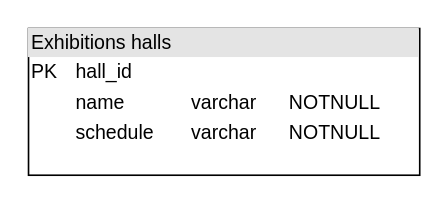
polyymorr/art-museum keeps this draw.io diagram as Art_museum_Morozova_Kakoulina_Vokina.drawio. Above is the earlier version. Source tidied: cells renumbered, new cells numbered last; positions are measured from the earlier drawing's top-left corner, leaving out a move shared by most shapes. Both pictures are drawn from the tidied source at 163%, with x=0, y=0 at pixel (28, 28).
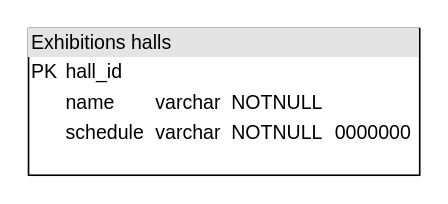
Above is the later version.

Change to the diagram source:
```diff
@@
 <mxGraphModel>
   <root>
     <mxCell id="0" />
     <mxCell id="1" parent="0" />
-    <mxCell id="2" value="&lt;div style=&quot;box-sizing: border-box ; width: 100% ; background: #e4e4e4 ; padding: 2px&quot;&gt;Exhibitions halls&lt;/div&gt;&lt;table style=&quot;width: 100% ; font-size: 1em&quot; cellpadding=&quot;2&quot; cellspacing=&quot;0&quot;&gt;&lt;tbody&gt;&lt;tr&gt;&lt;td&gt;PK&lt;/td&gt;&lt;td&gt;hall_id&lt;br&gt;&lt;/td&gt;&lt;td&gt;&lt;br&gt;&lt;/td&gt;&lt;td&gt;&lt;br&gt;&lt;/td&gt;&lt;/tr&gt;&lt;tr&gt;&lt;td&gt;&lt;br&gt;&lt;/td&gt;&lt;td&gt;name&lt;/td&gt;&lt;td&gt;varchar&lt;/td&gt;&lt;td&gt;NOTNULL&lt;/td&gt;&lt;/tr&gt;&lt;tr&gt;&lt;td&gt;&lt;br&gt;&lt;/td&gt;&lt;td&gt;schedule&lt;/td&gt;&lt;td&gt;varchar&lt;/td&gt;&lt;td&gt;NOTNULL&lt;/td&gt;&lt;/tr&gt;&lt;/tbody&gt;&lt;/table&gt;" style="verticalAlign=top;align=left;overflow=fill;html=1;" parent="1" vertex="1">
+    <mxCell id="2" value="&lt;div style=&quot;box-sizing: border-box ; width: 100% ; background: #e4e4e4 ; padding: 2px&quot;&gt;Exhibitions halls&lt;/div&gt;&lt;table style=&quot;width: 100% ; font-size: 1em&quot; cellpadding=&quot;2&quot; cellspacing=&quot;0&quot;&gt;&lt;tbody&gt;&lt;tr&gt;&lt;td&gt;PK&lt;/td&gt;&lt;td&gt;hall_id&lt;br&gt;&lt;/td&gt;&lt;td&gt;&lt;br&gt;&lt;/td&gt;&lt;td&gt;&lt;br&gt;&lt;/td&gt;&lt;td&gt;&lt;br&gt;&lt;/td&gt;&lt;/tr&gt;&lt;tr&gt;&lt;td&gt;&lt;br&gt;&lt;/td&gt;&lt;td&gt;name&lt;/td&gt;&lt;td&gt;varchar&lt;/td&gt;&lt;td&gt;NOTNULL&lt;/td&gt;&lt;td&gt;&lt;br&gt;&lt;/td&gt;&lt;/tr&gt;&lt;tr&gt;&lt;td&gt;&lt;br&gt;&lt;/td&gt;&lt;td&gt;schedule&lt;/td&gt;&lt;td&gt;varchar&lt;/td&gt;&lt;td&gt;NOTNULL&lt;/td&gt;&lt;td&gt;0000000&lt;/td&gt;&lt;/tr&gt;&lt;/tbody&gt;&lt;/table&gt;" style="verticalAlign=top;align=left;overflow=fill;html=1;" parent="1" vertex="1">
       <mxGeometry width="240" height="90" as="geometry" />
     </mxCell>
   </root>
 </mxGraphModel>
```
